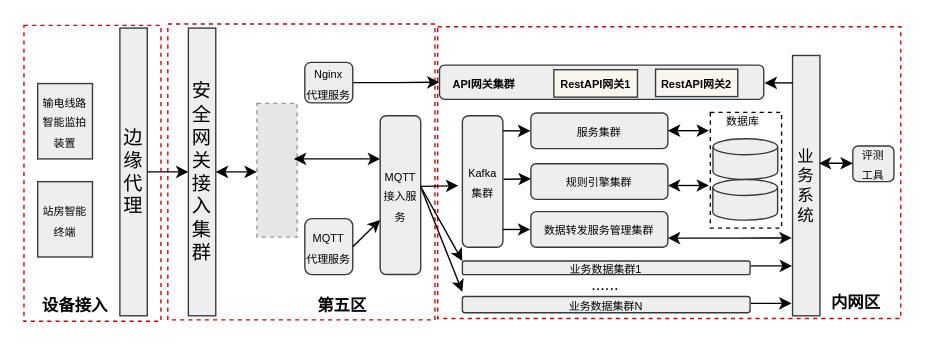
paleblackless/diagrams keeps this draw.io diagram as page "逻辑系统部署图" (4 of 7) of 电力物联网边缘侧场景下视觉算法模型评估验证技术能力提升.drawio. Above is the earlier version. Source tidied: cells renumbered, new cells numbered last; positions are measured from the earlier drawing's top-left corner, leaving out a move shared by most shapes. Both pictures are drawn from the tidied source at 137%, with x=0, y=0 at pixel (23, 23). Pictures stored in the file or linked from it are replaced by grey dashed boxes.
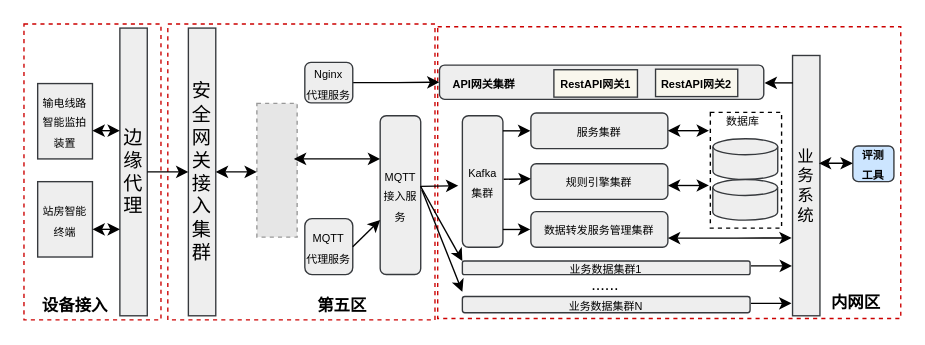
After the change.

The edit, as a diff of the source:
```diff
@@
+    <mxCell id="37" style="rounded=0;whiteSpace=wrap;html=1;dashed=1;fillColor=none;strokeColor=#CC0000;" parent="1" vertex="1">
+      <mxGeometry width="100" height="216" as="geometry" />
+    </mxCell>
@@
-    <mxCell id="37" style="rounded=0;whiteSpace=wrap;html=1;dashed=1;fillColor=none;strokeColor=#CC0000;" parent="1" vertex="1">
-      <mxGeometry y="1" width="100" height="216" as="geometry" />
-    </mxCell>
@@
-    <mxCell id="52" value="&lt;span style=&quot;font-size: 8px;&quot;&gt;评测&lt;br&gt;工具&lt;/span&gt;" style="rounded=1;whiteSpace=wrap;html=1;fillColor=#eeeeee;strokeColor=#36393d;" parent="1" vertex="1">
+    <mxCell id="52" value="&lt;span style=&quot;font-size: 8px;&quot;&gt;&lt;b&gt;评测&lt;br&gt;工具&lt;/b&gt;&lt;/span&gt;" style="rounded=1;whiteSpace=wrap;html=1;fillColor=#cce5ff;strokeColor=#36393d;" parent="1" vertex="1">
       <mxGeometry x="605" y="89.1" width="30" height="26" as="geometry" />
     </mxCell>
@@
+    <mxCell id="54" style="endArrow=classic;html=1;rounded=0;startArrow=classic;startFill=1;" parent="1" edge="1">
+      <mxGeometry relative="1" as="geometry">
+        <mxPoint x="50" y="77.9" as="sourcePoint" />
+        <mxPoint x="70" y="77.9" as="targetPoint" />
+        <Array as="points">
+          <mxPoint x="50" y="77.9" />
+        </Array>
+      </mxGeometry>
+    </mxCell>
+    <mxCell id="55" style="endArrow=classic;html=1;rounded=0;startArrow=classic;startFill=1;" parent="1" edge="1">
+      <mxGeometry relative="1" as="geometry">
+        <mxPoint x="50" y="149.9" as="sourcePoint" />
+        <mxPoint x="70" y="149.9" as="targetPoint" />
+        <Array as="points">
+          <mxPoint x="50" y="149.9" />
+        </Array>
+      </mxGeometry>
+    </mxCell>
```
